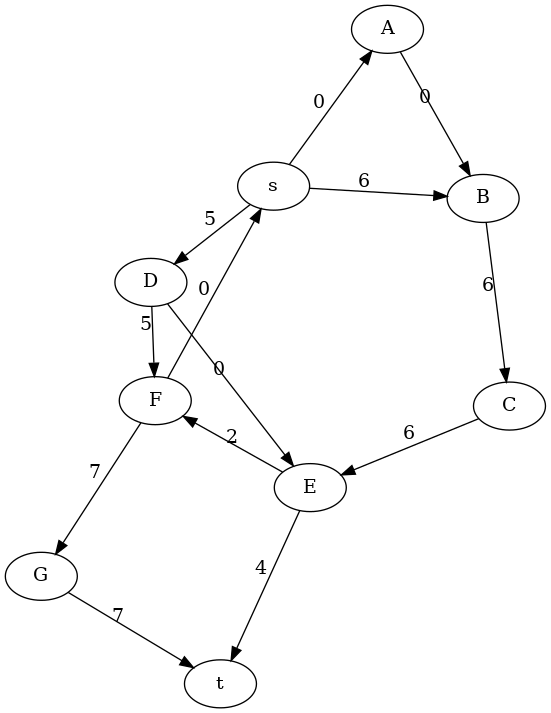
Earlier version of the Graphviz export output/FlowGraph.gv.png (s194042/Algo2Helpers). Its source is kept beside it as output/FlowGraph.gv.
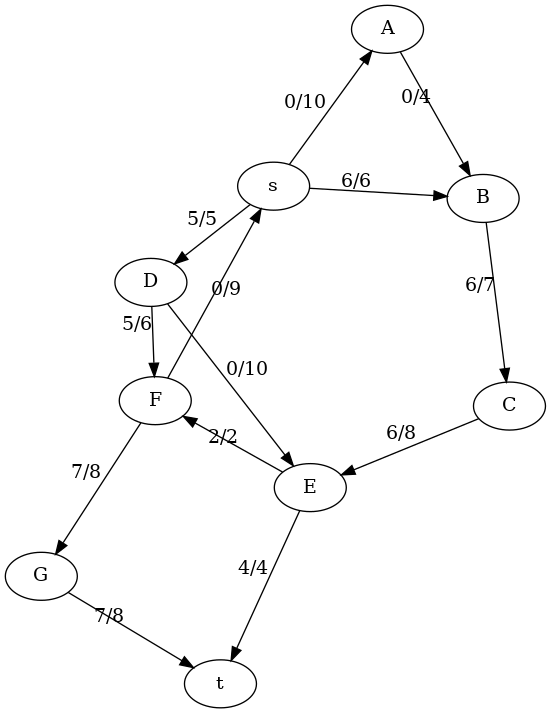
After the change.

Diff of the diagram source:
```diff
@@ -9,17 +9,17 @@
 	F [label=F]
 	t [label=t]
 	G [label=G]
-	s -> A [label=0]
-	s -> B [label=6]
-	s -> D [label=5]
-	A -> B [label=0]
-	B -> C [label=6]
-	D -> E [label=0]
-	D -> F [label=5]
-	C -> E [label=6]
-	E -> F [label=2]
-	E -> t [label=4]
-	F -> G [label=7]
-	F -> s [label=0]
-	G -> t [label=7]
+	s -> A [label="0/10"]
+	s -> B [label="6/6"]
+	s -> D [label="5/5"]
+	A -> B [label="0/4"]
+	B -> C [label="6/7"]
+	D -> E [label="0/10"]
+	D -> F [label="5/6"]
+	C -> E [label="6/8"]
+	E -> F [label="2/2"]
+	E -> t [label="4/4"]
+	F -> G [label="7/8"]
+	F -> s [label="0/9"]
+	G -> t [label="7/8"]
 }
```
